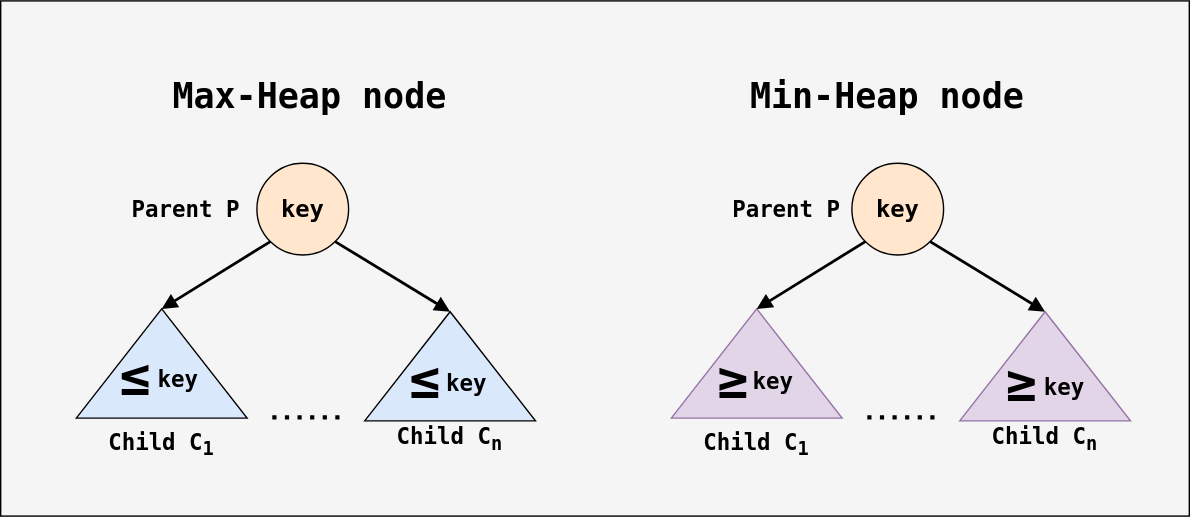
datkumar/code-journal keeps this draw.io diagram as public/diagrams/heap-node-structure.svg. Above is the earlier version. Source tidied: cells renumbered, new cells last; positions are measured from the earlier drawing's top-left corner, leaving out a move shared by most shapes.
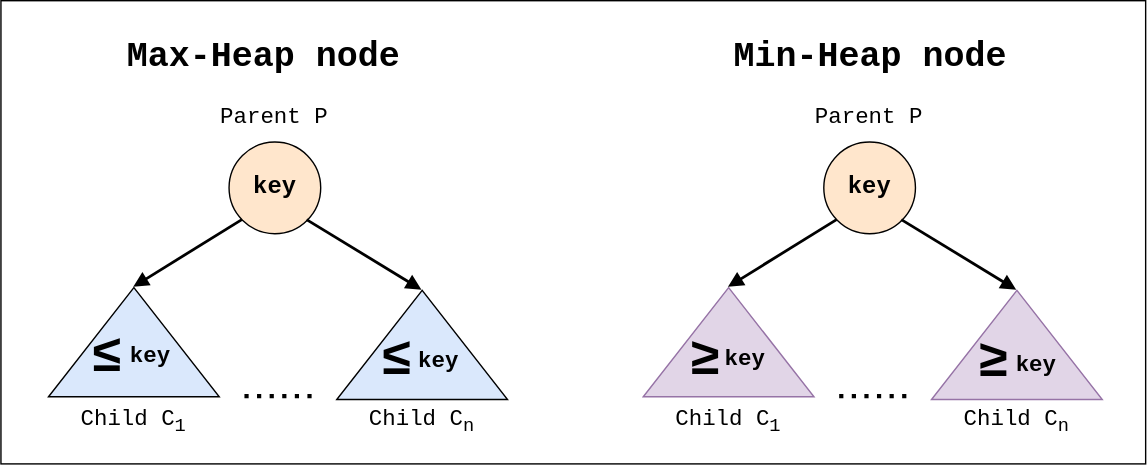
After the commit.

What changed in the source:
```diff
@@ -2,14 +2,14 @@
   <root>
     <mxCell id="0" />
     <mxCell id="1" parent="0" />
-    <mxCell id="2" style="rounded=0;whiteSpace=wrap;html=1;fillColor=#f5f5f5;fontColor=#000000;strokeColor=#000000;fontFamily=monospace;" parent="1" vertex="1">
-      <mxGeometry width="849" height="368" as="geometry" />
+    <mxCell id="2" style="rounded=0;whiteSpace=wrap;html=1;fillColor=light-dark(#FFFFFF,#FFFFFF);fontColor=#000000;strokeColor=#000000;fontFamily=monospace;" parent="1" vertex="1">
+      <mxGeometry x="20" y="15" width="818" height="331" as="geometry" />
     </mxCell>
     <mxCell id="3" value="&lt;b style=&quot;&quot;&gt;&lt;font style=&quot;font-size: 17px;&quot;&gt;key&lt;/font&gt;&lt;/b&gt;" style="ellipse;whiteSpace=wrap;html=1;fillColor=#ffe6cc;strokeColor=#000000;fontFamily=monospace;fontColor=#000000;" parent="1" vertex="1">
       <mxGeometry x="183" y="116" width="65.5" height="65.5" as="geometry" />
     </mxCell>
     <mxCell id="4" value="Max-Heap node&amp;nbsp;" style="text;html=1;align=center;verticalAlign=middle;whiteSpace=wrap;rounded=0;fontFamily=monospace;fontSize=25;fontStyle=1;fontColor=#000000;strokeColor=none;" parent="1" vertex="1">
-      <mxGeometry x="113" y="53" width="230.8" height="30" as="geometry" />
+      <mxGeometry x="100.4" y="40" width="230.8" height="30" as="geometry" />
     </mxCell>
     <mxCell id="5" style="triangle;whiteSpace=wrap;html=1;direction=north;fillColor=#dae8fc;strokeColor=#000000;fontFamily=monospace;fontColor=#000000;" parent="1" vertex="1">
       <mxGeometry x="54" y="220" width="122" height="78" as="geometry" />
@@ -29,14 +29,14 @@
     <mxCell id="10" value="&lt;b style=&quot;&quot;&gt;key&lt;/b&gt;" style="text;whiteSpace=wrap;html=1;labelBackgroundColor=none;fontFamily=monospace;fontSize=16;align=center;verticalAlign=middle;fontColor=#000000;" parent="1" vertex="1">
       <mxGeometry x="316" y="260" width="33.5" height="25" as="geometry" />
     </mxCell>
-    <mxCell id="11" value="Parent P" style="text;html=1;align=center;verticalAlign=middle;whiteSpace=wrap;rounded=0;fontFamily=monospace;fontSize=16;fontStyle=1;fontColor=#000000;strokeColor=none;" parent="1" vertex="1">
-      <mxGeometry x="82.1" y="133.8" width="100.9" height="30" as="geometry" />
+    <mxCell id="11" value="Parent P" style="text;html=1;align=center;verticalAlign=middle;whiteSpace=wrap;rounded=0;fontFamily=monospace;fontSize=16;fontStyle=0;fontColor=#000000;strokeColor=none;" parent="1" vertex="1">
+      <mxGeometry x="165.3" y="84" width="100.9" height="30" as="geometry" />
     </mxCell>
-    <mxCell id="12" value="Child C&lt;sub&gt;1&lt;/sub&gt;" style="text;html=1;align=center;verticalAlign=middle;whiteSpace=wrap;rounded=0;fontFamily=monospace;fontSize=16;fontStyle=1;fontColor=#000000;strokeColor=none;" parent="1" vertex="1">
+    <mxCell id="12" value="Child C&lt;sub&gt;1&lt;/sub&gt;" style="text;html=1;align=center;verticalAlign=middle;whiteSpace=wrap;rounded=0;fontFamily=monospace;fontSize=16;fontStyle=0;fontColor=#000000;strokeColor=none;" parent="1" vertex="1">
       <mxGeometry x="62.2" y="302" width="105.6" height="30" as="geometry" />
     </mxCell>
-    <mxCell id="13" value="Child C&lt;sub&gt;n&lt;/sub&gt;" style="text;html=1;align=center;verticalAlign=middle;whiteSpace=wrap;rounded=0;fontFamily=monospace;fontSize=16;fontStyle=1;fontColor=#000000;strokeColor=none;" parent="1" vertex="1">
-      <mxGeometry x="268.2" y="298" width="105.6" height="30" as="geometry" />
+    <mxCell id="13" value="Child C&lt;sub&gt;n&lt;/sub&gt;" style="text;html=1;align=center;verticalAlign=middle;whiteSpace=wrap;rounded=0;fontFamily=monospace;fontSize=16;fontStyle=0;fontColor=#000000;strokeColor=none;" parent="1" vertex="1">
+      <mxGeometry x="268.2" y="302" width="105.6" height="30" as="geometry" />
     </mxCell>
     <mxCell id="14" style="endArrow=none;dashed=1;html=1;strokeWidth=3;rounded=0;fontStyle=1;dashPattern=1 2;fontFamily=monospace;strokeColor=#000000;" parent="1" edge="1">
       <mxGeometry relative="1" as="geometry">
@@ -48,7 +48,7 @@
       <mxGeometry x="608" y="116" width="65.5" height="65.5" as="geometry" />
     </mxCell>
     <mxCell id="16" value="Min-Heap node&amp;nbsp;" style="text;html=1;align=center;verticalAlign=middle;whiteSpace=wrap;rounded=0;fontFamily=monospace;fontSize=25;fontStyle=1;fontColor=#000000;strokeColor=none;" parent="1" vertex="1">
-      <mxGeometry x="526.9" y="53" width="227.8" height="30" as="geometry" />
+      <mxGeometry x="534.5" y="40" width="227.8" height="30" as="geometry" />
     </mxCell>
     <mxCell id="17" style="triangle;whiteSpace=wrap;html=1;direction=north;fillColor=#e1d5e7;strokeColor=#9673a6;fontFamily=monospace;" parent="1" vertex="1">
       <mxGeometry x="479" y="220" width="122" height="78" as="geometry" />
@@ -71,14 +71,14 @@
     <mxCell id="23" value="&lt;b style=&quot;&quot;&gt;key&lt;/b&gt;" style="text;whiteSpace=wrap;html=1;labelBackgroundColor=none;fontFamily=monospace;fontSize=16;align=center;verticalAlign=middle;fontColor=#000000;" parent="1" vertex="1">
       <mxGeometry x="743" y="263" width="33.5" height="25" as="geometry" />
     </mxCell>
-    <mxCell id="24" value="Parent P" style="text;html=1;align=center;verticalAlign=middle;whiteSpace=wrap;rounded=0;fontFamily=monospace;fontSize=16;fontStyle=1;fontColor=#000000;strokeColor=none;" parent="1" vertex="1">
-      <mxGeometry x="508" y="133.8" width="106.9" height="30" as="geometry" />
+    <mxCell id="24" value="Parent P" style="text;html=1;align=center;verticalAlign=middle;whiteSpace=wrap;rounded=0;fontFamily=monospace;fontSize=16;fontStyle=0;fontColor=#000000;strokeColor=none;" parent="1" vertex="1">
+      <mxGeometry x="587.3" y="84" width="106.9" height="30" as="geometry" />
     </mxCell>
-    <mxCell id="25" value="Child C&lt;sub&gt;1&lt;/sub&gt;" style="text;html=1;align=center;verticalAlign=middle;whiteSpace=wrap;rounded=0;fontFamily=monospace;fontSize=16;fontStyle=1;fontColor=#000000;strokeColor=none;" parent="1" vertex="1">
+    <mxCell id="25" value="Child C&lt;sub&gt;1&lt;/sub&gt;" style="text;html=1;align=center;verticalAlign=middle;whiteSpace=wrap;rounded=0;fontFamily=monospace;fontSize=16;fontStyle=0;fontColor=#000000;strokeColor=none;" parent="1" vertex="1">
       <mxGeometry x="487.2" y="302" width="105.6" height="30" as="geometry" />
     </mxCell>
-    <mxCell id="26" value="Child C&lt;sub&gt;n&lt;/sub&gt;" style="text;html=1;align=center;verticalAlign=middle;whiteSpace=wrap;rounded=0;fontFamily=monospace;fontSize=16;fontStyle=1;fontColor=#000000;strokeColor=none;" parent="1" vertex="1">
-      <mxGeometry x="693.2" y="298" width="105.6" height="30" as="geometry" />
+    <mxCell id="26" value="Child C&lt;sub&gt;n&lt;/sub&gt;" style="text;html=1;align=center;verticalAlign=middle;whiteSpace=wrap;rounded=0;fontFamily=monospace;fontSize=16;fontStyle=0;fontColor=#000000;strokeColor=none;" parent="1" vertex="1">
+      <mxGeometry x="693.2" y="302" width="105.6" height="30" as="geometry" />
     </mxCell>
     <mxCell id="27" style="endArrow=none;dashed=1;html=1;strokeWidth=3;rounded=0;fontStyle=1;dashPattern=1 2;fontFamily=monospace;strokeColor=#000000;" parent="1" edge="1">
       <mxGeometry relative="1" as="geometry">
```
